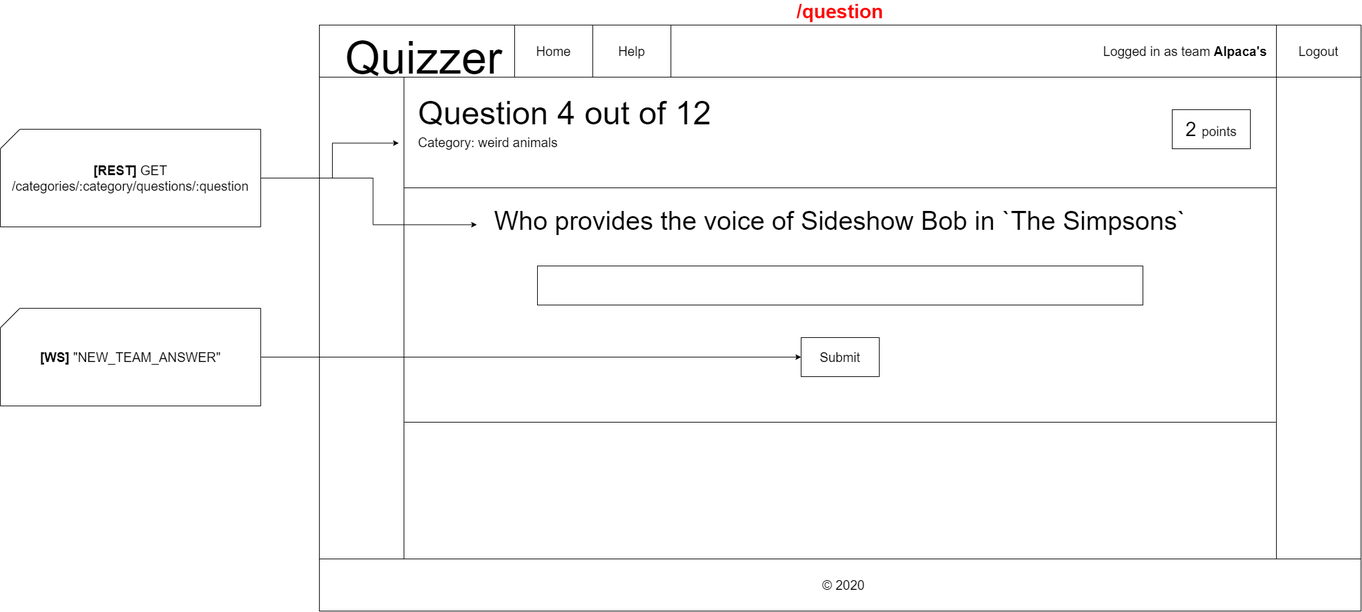
The draw.io diagram docs/wireframes-with-interactions/team-questions.png in IkBenDeSjaak/Quizzer, before a commit. Source tidied: cells renumbered, new cells last; positions are measured from the earlier drawing's top-left corner, leaving out a move shared by most shapes.
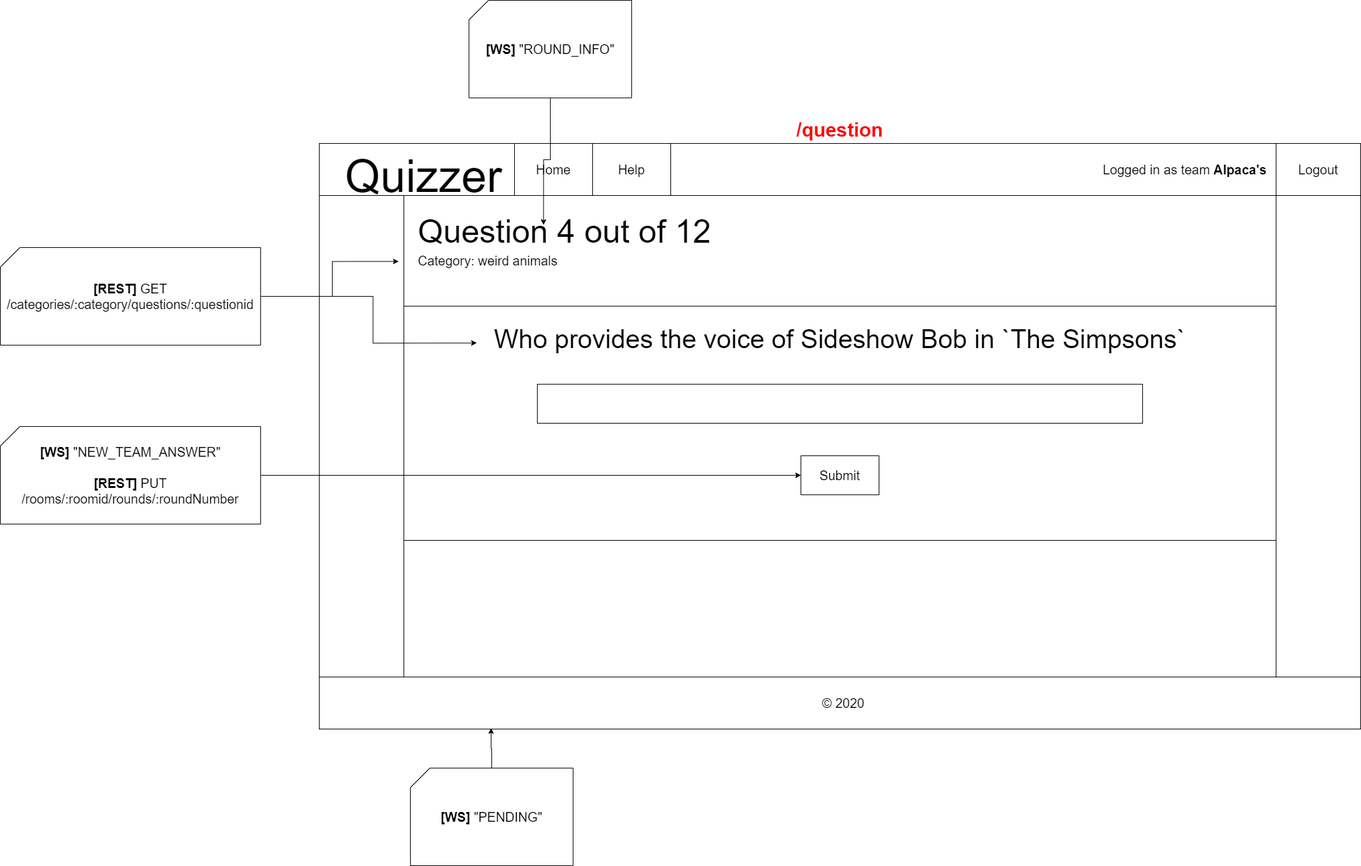
The same diagram one commit later.

What changed in the source:
```diff
@@ -56,23 +56,32 @@
     <mxCell id="19" value="Logout" style="rounded=0;whiteSpace=wrap;html=1;fontSize=20;" parent="2" vertex="1">
       <mxGeometry x="1470" width="130" height="80" as="geometry" />
     </mxCell>
-    <mxCell id="20" value="&lt;font&gt;&lt;font style=&quot;font-size: 30px&quot;&gt;2 &lt;/font&gt;&lt;font style=&quot;font-size: 20px&quot;&gt;points&lt;/font&gt;&lt;/font&gt;" style="rounded=0;whiteSpace=wrap;html=1;" parent="2" vertex="1">
-      <mxGeometry x="1310" y="130" width="120" height="60" as="geometry" />
-    </mxCell>
     <mxCell id="21" style="edgeStyle=orthogonalEdgeStyle;rounded=0;jettySize=auto;html=1;entryX=-0.006;entryY=0.596;entryDx=0;entryDy=0;entryPerimeter=0;" parent="1" edge="1" source="23" target="11">
       <mxGeometry relative="1" as="geometry" />
     </mxCell>
     <mxCell id="22" style="edgeStyle=orthogonalEdgeStyle;rounded=0;jettySize=auto;html=1;entryX=-0.012;entryY=0.833;entryDx=0;entryDy=0;entryPerimeter=0;" parent="1" edge="1" source="23" target="16">
       <mxGeometry relative="1" as="geometry" />
     </mxCell>
-    <mxCell id="23" value="&lt;b&gt;[REST]&lt;/b&gt;&amp;nbsp;GET&lt;br&gt;/categories/:category/questions/:question" style="shape=card;whiteSpace=wrap;html=1;fontSize=20;" parent="1" vertex="1">
+    <mxCell id="23" value="&lt;b&gt;[REST]&lt;/b&gt;&amp;nbsp;GET&lt;br&gt;/categories/:category/questions/:questionid" style="shape=card;whiteSpace=wrap;html=1;fontSize=20;" parent="1" vertex="1">
       <mxGeometry y="160" width="400" height="150" as="geometry" />
     </mxCell>
     <mxCell id="24" style="edgeStyle=orthogonalEdgeStyle;rounded=0;jettySize=auto;html=1;entryX=0;entryY=0.5;entryDx=0;entryDy=0;fontSize=20;" parent="1" edge="1" source="25" target="18">
       <mxGeometry relative="1" as="geometry" />
     </mxCell>
-    <mxCell id="25" value="&lt;b&gt;[WS] &lt;/b&gt;&quot;NEW_TEAM_ANSWER&quot;" style="shape=card;whiteSpace=wrap;html=1;fontSize=20;" parent="1" vertex="1">
+    <mxCell id="25" value="&lt;b&gt;[WS] &lt;/b&gt;&quot;NEW_TEAM_ANSWER&quot;&lt;br&gt;&lt;br&gt;&lt;b&gt;[REST]&lt;/b&gt;&amp;nbsp;PUT&lt;br&gt;/rooms/:roomid/rounds/:roundNumber" style="shape=card;whiteSpace=wrap;html=1;fontSize=20;" parent="1" vertex="1">
       <mxGeometry y="435" width="400" height="150" as="geometry" />
     </mxCell>
+    <mxCell id="26" style="edgeStyle=orthogonalEdgeStyle;rounded=0;jettySize=auto;html=1;entryX=0.165;entryY=0.983;entryDx=0;entryDy=0;entryPerimeter=0;" parent="1" edge="1" source="27" target="7">
+      <mxGeometry relative="1" as="geometry" />
+    </mxCell>
+    <mxCell id="27" value="&lt;font style=&quot;font-size: 20px&quot;&gt;&lt;b&gt;[WS]&lt;/b&gt;&amp;nbsp;&quot;PENDING&quot;&lt;/font&gt;" style="shape=card;whiteSpace=wrap;html=1;" parent="1" vertex="1">
+      <mxGeometry x="630" y="960" width="250" height="150" as="geometry" />
+    </mxCell>
+    <mxCell id="28" style="edgeStyle=orthogonalEdgeStyle;rounded=0;jettySize=auto;html=1;entryX=0.414;entryY=0.173;entryDx=0;entryDy=0;entryPerimeter=0;" parent="1" edge="1" source="29" target="13">
+      <mxGeometry relative="1" as="geometry" />
+    </mxCell>
+    <mxCell id="29" value="&lt;font style=&quot;font-size: 20px&quot;&gt;&lt;b&gt;[WS]&lt;/b&gt;&amp;nbsp;&quot;ROUND_INFO&quot;&lt;/font&gt;" style="shape=card;whiteSpace=wrap;html=1;" parent="1" vertex="1">
+      <mxGeometry x="720" y="-220" width="250" height="150" as="geometry" />
+    </mxCell>
   </root>
 </mxGraphModel>
```
